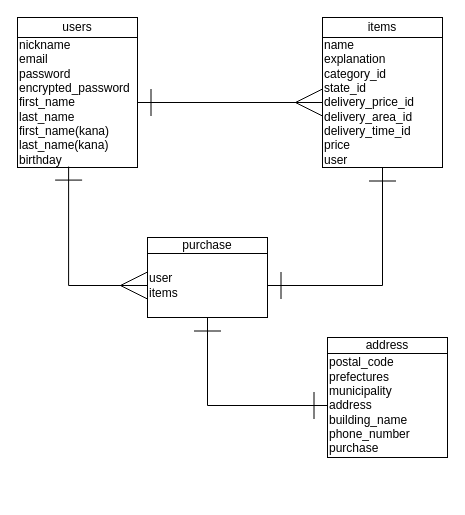
The draw.io diagram ER.dio in E-SW20/furima-33072, before the edit. Source tidied: cells renumbered, new cells numbered last; positions are measured from the earlier drawing's top-left corner, leaving out a move shared by most shapes. Both pictures are drawn from the tidied source at 100%, with x=0, y=0 at pixel (17, 17).
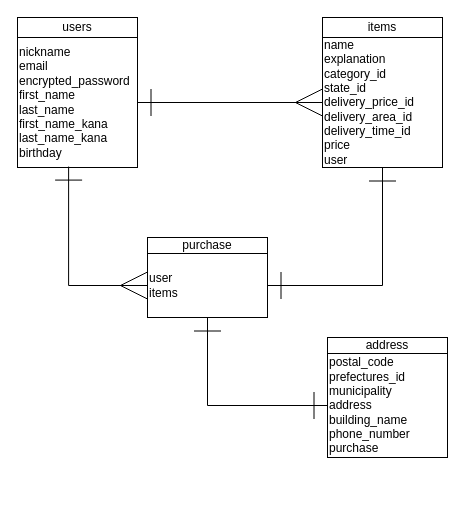
Above is the later version.

Commit message (it also covers changes not shown here):
ER・README修正２回目

Change to the diagram source:
```diff
@@
 <mxGraphModel>
   <root>
     <mxCell id="0" />
     <mxCell id="1" parent="0" />
     <mxCell id="2" style="group;" parent="1" vertex="1">
       <mxGeometry width="120" height="150" as="geometry" />
     </mxCell>
     <mxCell id="3" value="users" style="whiteSpace=wrap;html=1;" parent="2" vertex="1">
       <mxGeometry width="120" height="20" as="geometry" />
     </mxCell>
-    <mxCell id="4" value="nickname&lt;br&gt;email&lt;br&gt;password&lt;br&gt;encrypted_password&lt;br&gt;first_name&lt;br&gt;last_name&lt;br&gt;first_name(kana)&lt;br&gt;last_name(kana)&lt;br&gt;birthday" style="whiteSpace=wrap;html=1;align=left;" parent="2" vertex="1">
+    <mxCell id="4" value="nickname&lt;br&gt;email&lt;br&gt;encrypted_password&lt;br&gt;first_name&lt;br&gt;last_name&lt;br&gt;first_name_kana&lt;br&gt;last_name_kana&lt;br&gt;birthday" style="whiteSpace=wrap;html=1;align=left;" parent="2" vertex="1">
       <mxGeometry y="20" width="120" height="130" as="geometry" />
     </mxCell>
     <mxCell id="5" style="group;" parent="1" vertex="1">
       <mxGeometry x="305" width="120" height="150" as="geometry" />
     </mxCell>
     <mxCell id="6" value="items" style="whiteSpace=wrap;html=1;" parent="5" vertex="1">
       <mxGeometry width="120" height="20" as="geometry" />
     </mxCell>
     <mxCell id="7" value="name&lt;br&gt;explanation&lt;br&gt;category_id&lt;br&gt;state_id&lt;br&gt;delivery_price_id&lt;br&gt;delivery_area_id&lt;br&gt;delivery_time_id&lt;br&gt;price&lt;br&gt;user" style="whiteSpace=wrap;html=1;align=left;" parent="5" vertex="1">
       <mxGeometry y="20" width="120" height="130" as="geometry" />
     </mxCell>
     <mxCell id="8" style="edgeStyle=orthogonalEdgeStyle;rounded=0;jettySize=auto;html=1;entryX=0;entryY=0.5;entryDx=0;entryDy=0;endArrow=ERmany;endFill=0;strokeWidth=1;endSize=25;startArrow=ERone;startFill=0;startSize=25;" parent="1" edge="1" source="4" target="7">
       <mxGeometry relative="1" as="geometry" />
     </mxCell>
     <mxCell id="9" style="group;" parent="1" vertex="1">
       <mxGeometry x="310" y="320" width="120" height="160" as="geometry" />
     </mxCell>
     <mxCell id="10" value="address" style="whiteSpace=wrap;html=1;" parent="9" vertex="1">
       <mxGeometry width="120" height="16" as="geometry" />
     </mxCell>
-    <mxCell id="11" value="postal_code&lt;br&gt;prefectures&lt;br&gt;municipality&lt;br&gt;address&lt;br&gt;building_name&lt;br&gt;phone_number&lt;br&gt;purchase" style="whiteSpace=wrap;html=1;align=left;" parent="9" vertex="1">
+    <mxCell id="11" value="postal_code&lt;br&gt;prefectures_id&lt;br&gt;municipality&lt;br&gt;address&lt;br&gt;building_name&lt;br&gt;phone_number&lt;br&gt;purchase" style="whiteSpace=wrap;html=1;align=left;" parent="9" vertex="1">
       <mxGeometry y="16" width="120" height="104" as="geometry" />
     </mxCell>
     <mxCell id="12" style="edgeStyle=orthogonalEdgeStyle;rounded=0;jettySize=auto;html=1;entryX=0.426;entryY=0.993;entryDx=0;entryDy=0;entryPerimeter=0;startArrow=ERmany;startFill=0;startSize=25;endArrow=ERone;endFill=0;endSize=25;exitX=0;exitY=0.5;exitDx=0;exitDy=0;" parent="1" edge="1" source="15" target="4">
       <mxGeometry relative="1" as="geometry" />
     </mxCell>
     <mxCell id="13" style="group;" parent="1" vertex="1">
       <mxGeometry x="130" y="220" width="120" height="160" as="geometry" />
     </mxCell>
     <mxCell id="14" value="purchase" style="whiteSpace=wrap;html=1;" parent="13" vertex="1">
       <mxGeometry width="120" height="16" as="geometry" />
     </mxCell>
     <mxCell id="15" value="&lt;span&gt;user&lt;br&gt;&lt;/span&gt;items&lt;span&gt;&lt;br&gt;&lt;/span&gt;" style="whiteSpace=wrap;html=1;align=left;" parent="13" vertex="1">
       <mxGeometry y="16" width="120" height="64" as="geometry" />
     </mxCell>
     <mxCell id="16" style="edgeStyle=orthogonalEdgeStyle;rounded=0;jettySize=auto;html=1;exitX=0.5;exitY=1;exitDx=0;exitDy=0;entryX=0;entryY=0.5;entryDx=0;entryDy=0;startArrow=ERone;startFill=0;startSize=25;endArrow=ERone;endFill=0;endSize=25;" parent="1" edge="1" source="15" target="11">
       <mxGeometry relative="1" as="geometry" />
     </mxCell>
     <mxCell id="17" style="edgeStyle=orthogonalEdgeStyle;rounded=0;jettySize=auto;html=1;exitX=1;exitY=0.5;exitDx=0;exitDy=0;entryX=0.5;entryY=1;entryDx=0;entryDy=0;startArrow=ERone;startFill=0;startSize=25;endArrow=ERone;endFill=0;endSize=25;" parent="1" edge="1" source="15" target="7">
       <mxGeometry relative="1" as="geometry" />
     </mxCell>
   </root>
 </mxGraphModel>
```
